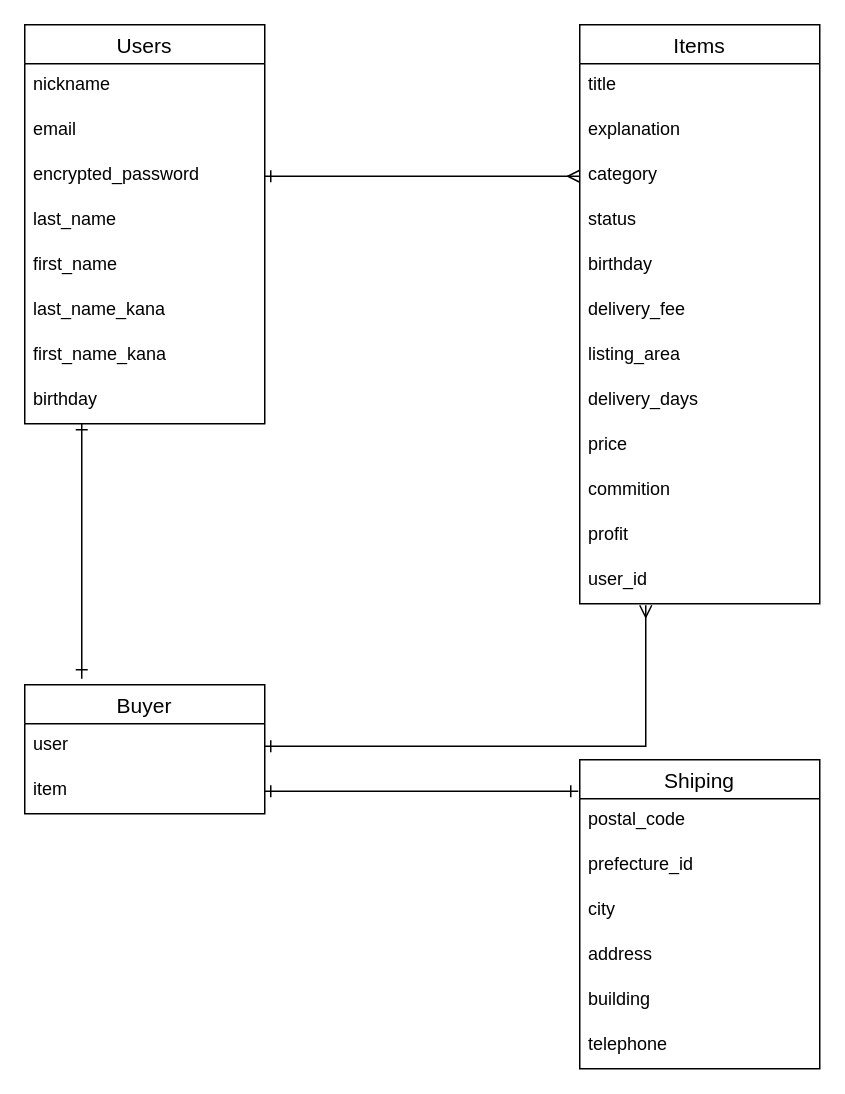
Above: furima.dio in Narumi2233/furima-34728 (draw.io), before the change. Source tidied: cells renumbered, new cells numbered last; positions are measured from the earlier drawing's top-left corner, leaving out a move shared by most shapes. Both pictures are drawn from the tidied source at 150%, with x=0, y=0 at pixel (24, 24).
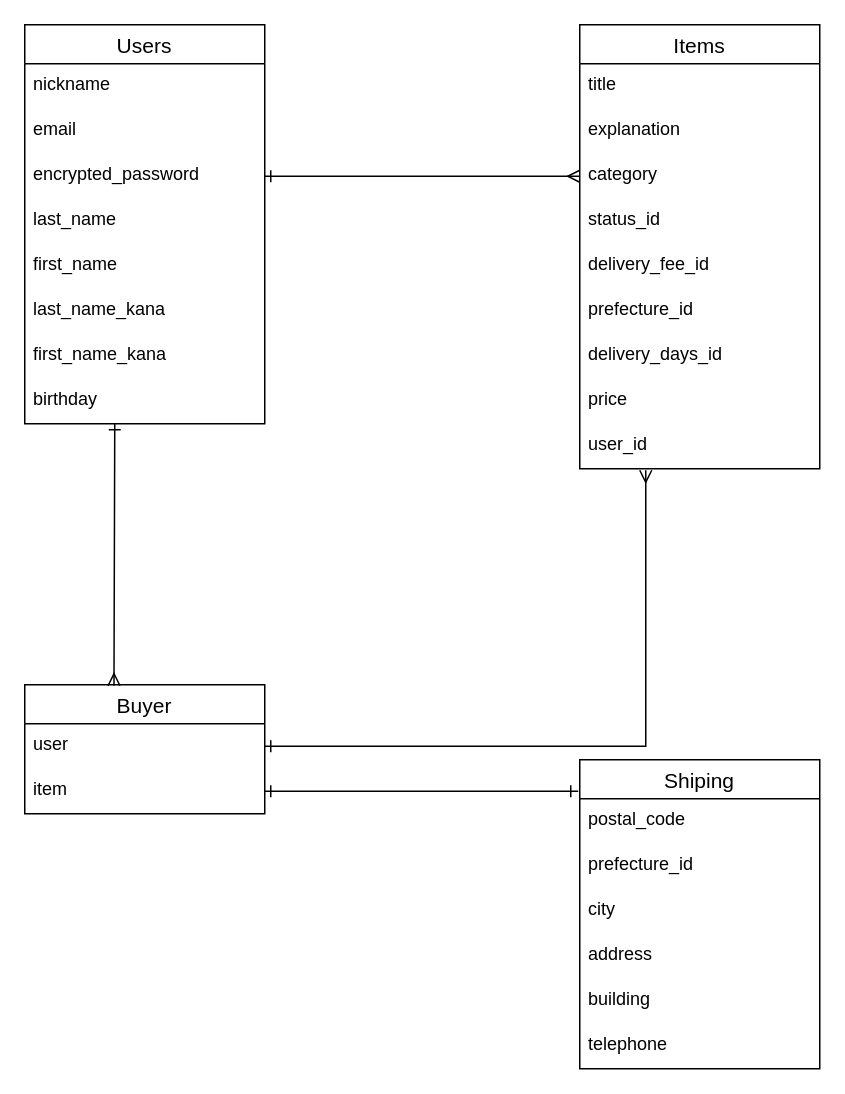
The same page after the edit.

Commit message (it also covers changes not shown here):
ER図、README修正3

The change refers to these unchanged cells:
```xml
<mxCell id="3" value="Buyer" style="swimlane;fontStyle=0;horizontal=1;startSize=26;align=center;fontSize=14;" parent="1" vertex="1">
  <mxGeometry y="440" width="160" height="86" as="geometry" />
</mxCell>
<mxCell id="19" value="Users" style="swimlane;fontStyle=0;horizontal=1;startSize=26;align=center;fontSize=14;verticalAlign=middle;" parent="1" vertex="1">
  <mxGeometry width="160" height="266" as="geometry" />
</mxCell>
```

Diff of the diagram source:
```diff
@@
-    <mxCell id="2" style="edgeStyle=orthogonalEdgeStyle;rounded=0;orthogonalLoop=1;jettySize=auto;html=1;startArrow=ERone;startFill=0;endArrow=ERone;endFill=0;" parent="1" edge="1">
-      <mxGeometry relative="1" as="geometry">
-        <mxPoint x="38" y="426" as="sourcePoint" />
-        <mxPoint x="38" y="266" as="targetPoint" />
-        <Array as="points">
-          <mxPoint x="38" y="436" />
-        </Array>
-      </mxGeometry>
-    </mxCell>
@@
     <mxCell id="6" value="Items" style="swimlane;fontStyle=0;horizontal=1;startSize=26;align=center;fontSize=14;" parent="1" vertex="1">
-      <mxGeometry x="370" width="160" height="386" as="geometry" />
+      <mxGeometry x="370" width="160" height="296" as="geometry" />
     </mxCell>
@@
-    <mxCell id="10" value="status" style="text;strokeColor=none;fillColor=none;spacingLeft=4;spacingRight=4;overflow=hidden;fontSize=12;" parent="6" vertex="1">
+    <mxCell id="10" value="status_id" style="text;strokeColor=none;fillColor=none;spacingLeft=4;spacingRight=4;overflow=hidden;fontSize=12;" parent="6" vertex="1">
       <mxGeometry y="116" width="160" height="30" as="geometry" />
     </mxCell>
-    <mxCell id="11" value="birthday" style="text;strokeColor=none;fillColor=none;spacingLeft=4;spacingRight=4;overflow=hidden;fontSize=12;" parent="6" vertex="1">
-      <mxGeometry y="146" width="160" height="30" as="geometry" />
-    </mxCell>
-    <mxCell id="12" value="delivery_fee" style="text;strokeColor=none;fillColor=none;spacingLeft=4;spacingRight=4;overflow=hidden;fontSize=12;" parent="6" vertex="1">
-      <mxGeometry y="176" width="160" height="30" as="geometry" />
+    <mxCell id="12" value="delivery_fee_id" style="text;strokeColor=none;fillColor=none;spacingLeft=4;spacingRight=4;overflow=hidden;fontSize=12;" parent="6" vertex="1">
+      <mxGeometry y="146" width="160" height="30" as="geometry" />
     </mxCell>
-    <mxCell id="13" value="listing_area" style="text;strokeColor=none;fillColor=none;spacingLeft=4;spacingRight=4;overflow=hidden;fontSize=12;" parent="6" vertex="1">
-      <mxGeometry y="206" width="160" height="30" as="geometry" />
-    </mxCell>
-    <mxCell id="14" value="delivery_days" style="text;strokeColor=none;fillColor=none;spacingLeft=4;spacingRight=4;overflow=hidden;fontSize=12;" parent="6" vertex="1">
-      <mxGeometry y="236" width="160" height="30" as="geometry" />
+    <mxCell id="14" value="prefecture_id" style="text;strokeColor=none;fillColor=none;spacingLeft=4;spacingRight=4;overflow=hidden;fontSize=12;" parent="6" vertex="1">
+      <mxGeometry y="176" width="160" height="30" as="geometry" />
     </mxCell>
+    <mxCell id="38" value="delivery_days_id" style="text;strokeColor=none;fillColor=none;spacingLeft=4;spacingRight=4;overflow=hidden;fontSize=12;" parent="6" vertex="1">
+      <mxGeometry y="206" width="160" height="30" as="geometry" />
+    </mxCell>
     <mxCell id="15" value="price" style="text;strokeColor=none;fillColor=none;spacingLeft=4;spacingRight=4;overflow=hidden;fontSize=12;" parent="6" vertex="1">
-      <mxGeometry y="266" width="160" height="30" as="geometry" />
+      <mxGeometry y="236" width="160" height="30" as="geometry" />
     </mxCell>
-    <mxCell id="16" value="commition" style="text;strokeColor=none;fillColor=none;spacingLeft=4;spacingRight=4;overflow=hidden;fontSize=12;" parent="6" vertex="1">
-      <mxGeometry y="296" width="160" height="30" as="geometry" />
-    </mxCell>
-    <mxCell id="17" value="profit" style="text;strokeColor=none;fillColor=none;spacingLeft=4;spacingRight=4;overflow=hidden;fontSize=12;" parent="6" vertex="1">
-      <mxGeometry y="326" width="160" height="30" as="geometry" />
-    </mxCell>
     <mxCell id="18" value="user_id" style="text;strokeColor=none;fillColor=none;spacingLeft=4;spacingRight=4;overflow=hidden;points=[[0,0.5],[1,0.5]];portConstraint=eastwest;fontSize=12;" parent="6" vertex="1">
-      <mxGeometry y="356" width="160" height="30" as="geometry" />
+      <mxGeometry y="266" width="160" height="30" as="geometry" />
     </mxCell>
@@
+    <mxCell id="2" style="edgeStyle=orthogonalEdgeStyle;rounded=0;jettySize=auto;html=1;startArrow=ERmany;startFill=0;endArrow=ERone;endFill=0;exitX=0.372;exitY=0.008;exitDx=0;exitDy=0;exitPerimeter=0;" parent="19" edge="1" source="3">
+      <mxGeometry relative="1" as="geometry">
+        <mxPoint x="60" y="266" as="targetPoint" />
+        <Array as="points">
+          <mxPoint x="60" y="436" />
+          <mxPoint x="60" y="436" />
+        </Array>
+      </mxGeometry>
+    </mxCell>
```
